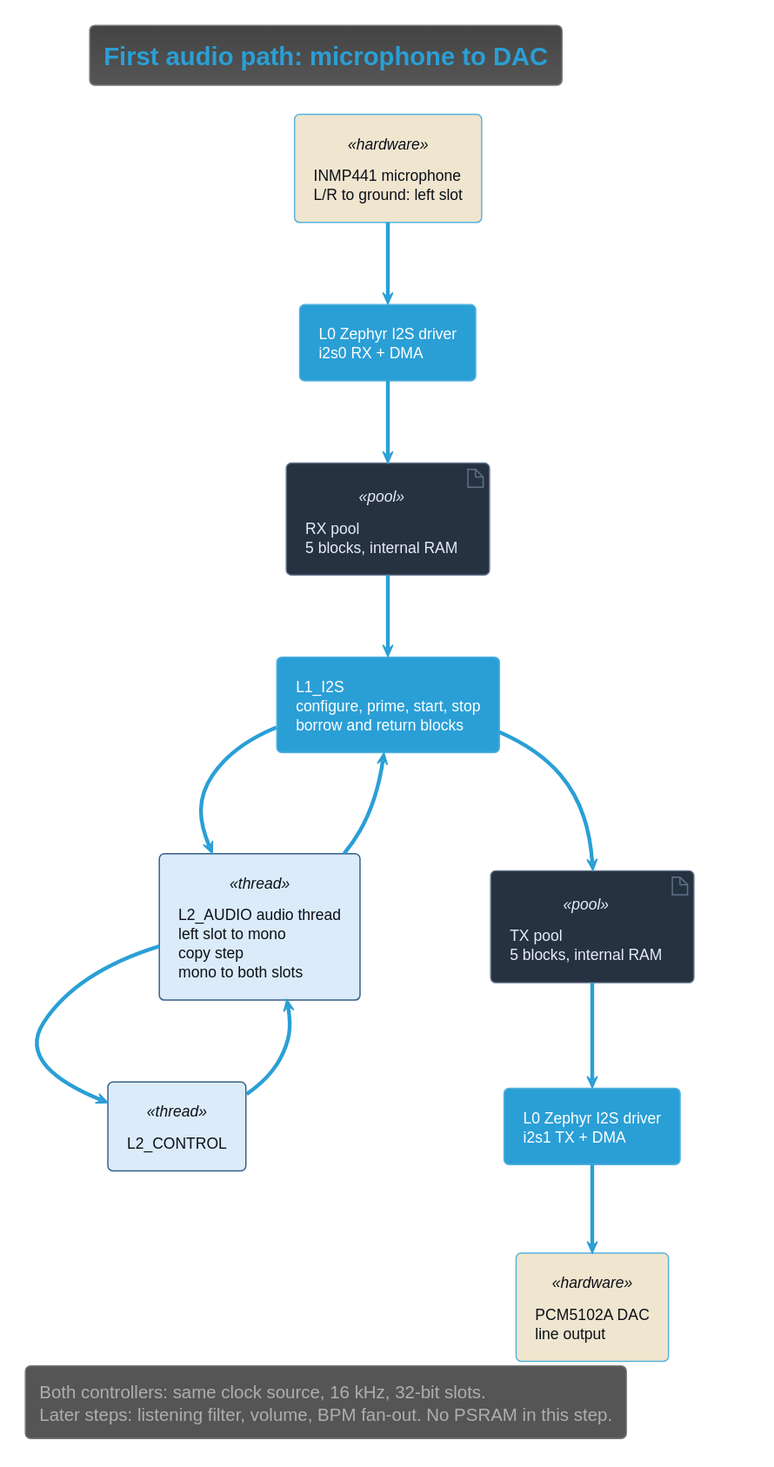
Above: Development/system/architecture/AUDIO/rendered/audio_path.svg in DemonicPsychoII/DigitalStethoscope (PlantUML), before the change.
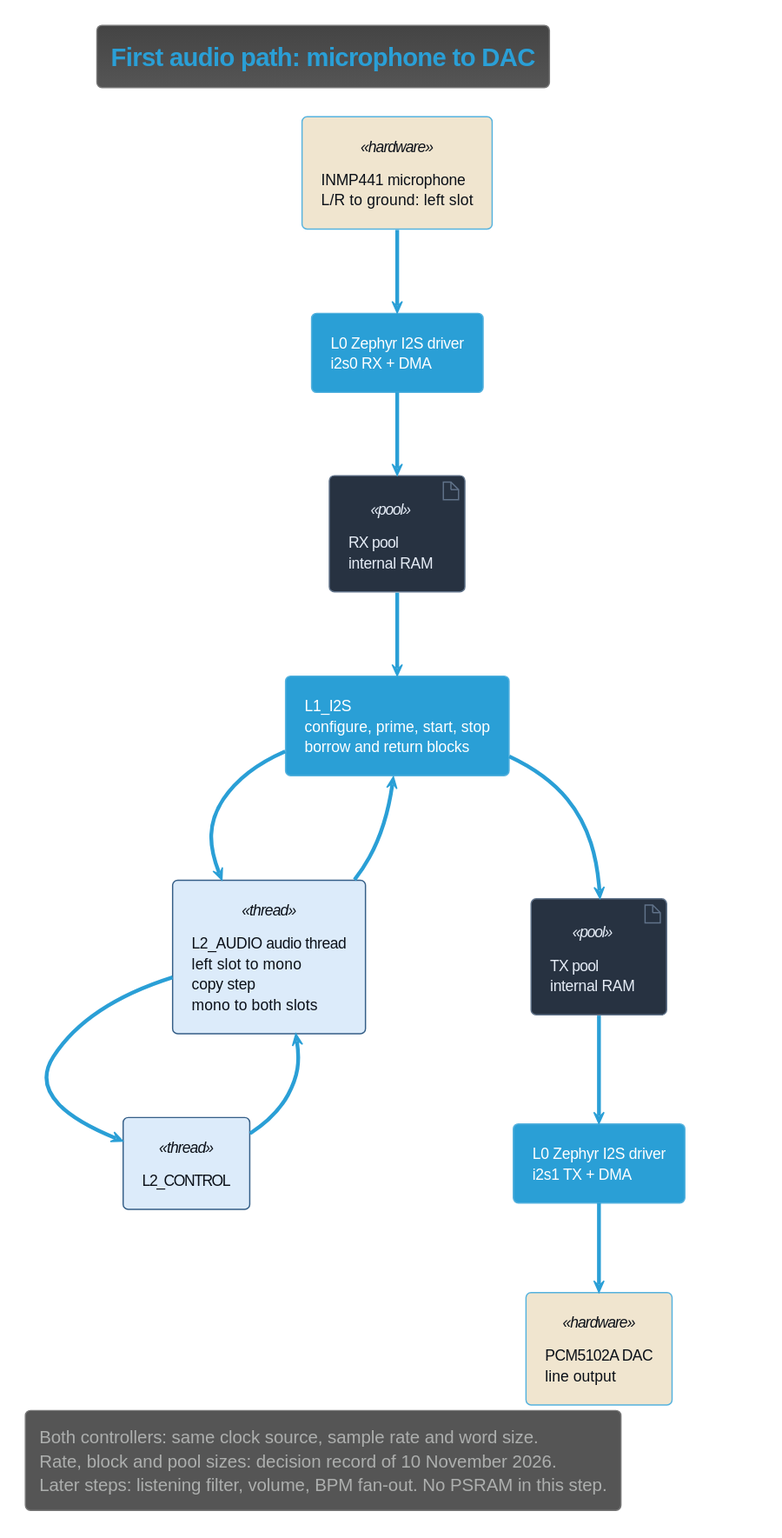
The same diagram one commit later.

Commit message:
TICKET-185: documentation: apply the 64-frame block and five plus five pools to P01, P02, P11 and the shared block sizes, and keep design values out of the audio path view

The edit, as a diff of the source:
```diff
@@ -20,10 +20,10 @@
 top to bottom direction
 component "INMP441 microphone\nL/R to ground: left slot" as microphone <<hardware>>
 component "L0 Zephyr I2S driver\ni2s0 RX + DMA" as receiveDriver
-artifact "RX pool\n5 blocks, internal RAM" as receivePool <<pool>>
+artifact "RX pool\ninternal RAM" as receivePool <<pool>>
 component "L1_I2S\nconfigure, prime, start, stop\nborrow and return blocks" as transport
 component "L2_AUDIO audio thread\nleft slot to mono\ncopy step\nmono to both slots" as audio <<thread>>
-artifact "TX pool\n5 blocks, internal RAM" as transmitPool <<pool>>
+artifact "TX pool\ninternal RAM" as transmitPool <<pool>>
 component "L0 Zephyr I2S driver\ni2s1 TX + DMA" as transmitDriver
 component "PCM5102A DAC\nline output" as dac <<hardware>>
 component "L2_CONTROL" as control <<thread>>
@@ -38,7 +38,8 @@
 control --> audio : Start / Stop · k_msgq
 audio --> control : started, stopped, fault · k_msgq
 legend bottom
-  Both controllers: same clock source, 16 kHz, 32-bit slots.
+  Both controllers: same clock source, sample rate and word size.
+  Rate, block and pool sizes: decision record of 10 November 2026.
   Later steps: listening filter, volume, BPM fan-out. No PSRAM in this step.
 endlegend
 @enduml
```
